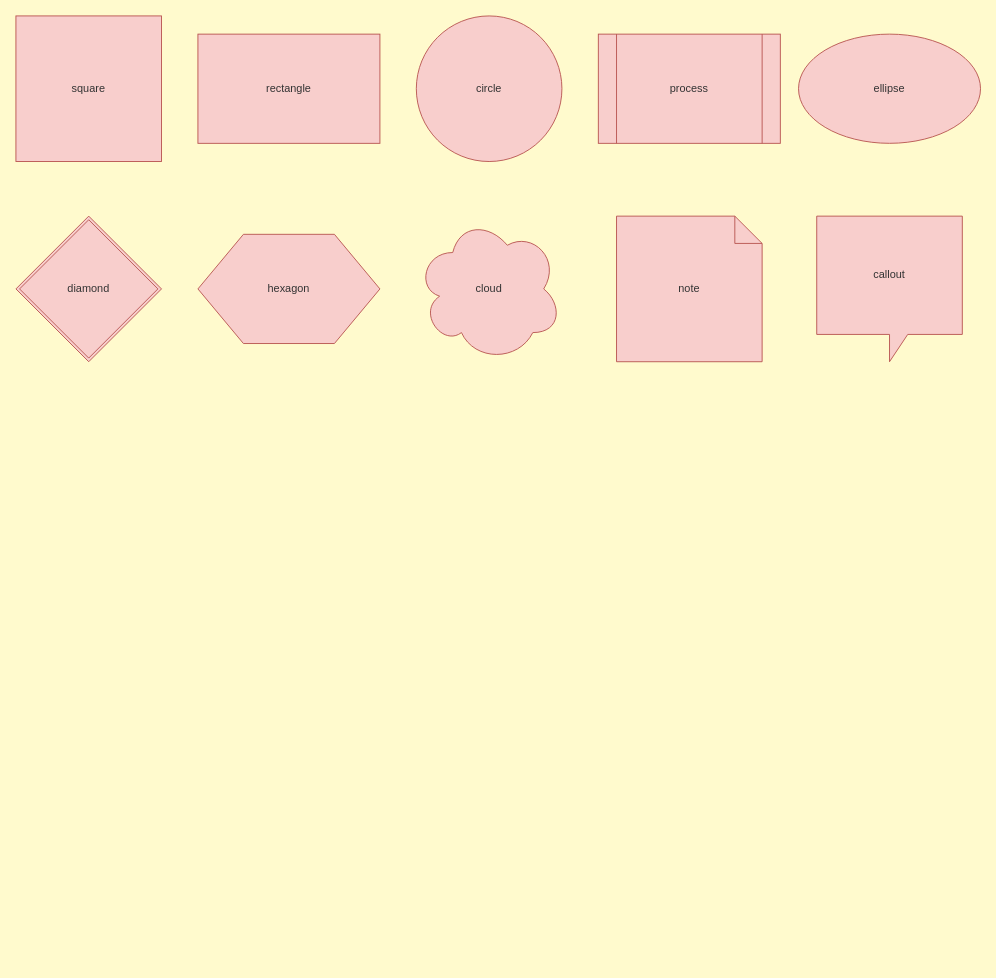
Above: spec/.samples/drawio/30-shapes.drawio in klueless-io/drawio_dsl (draw.io), before the change. Source tidied: cells renumbered, new cells numbered last; positions are measured from the earlier drawing's top-left corner, leaving out a move shared by most shapes. Both pictures are drawn from the tidied source at 91%, with x=0, y=0 at pixel (15, 15).
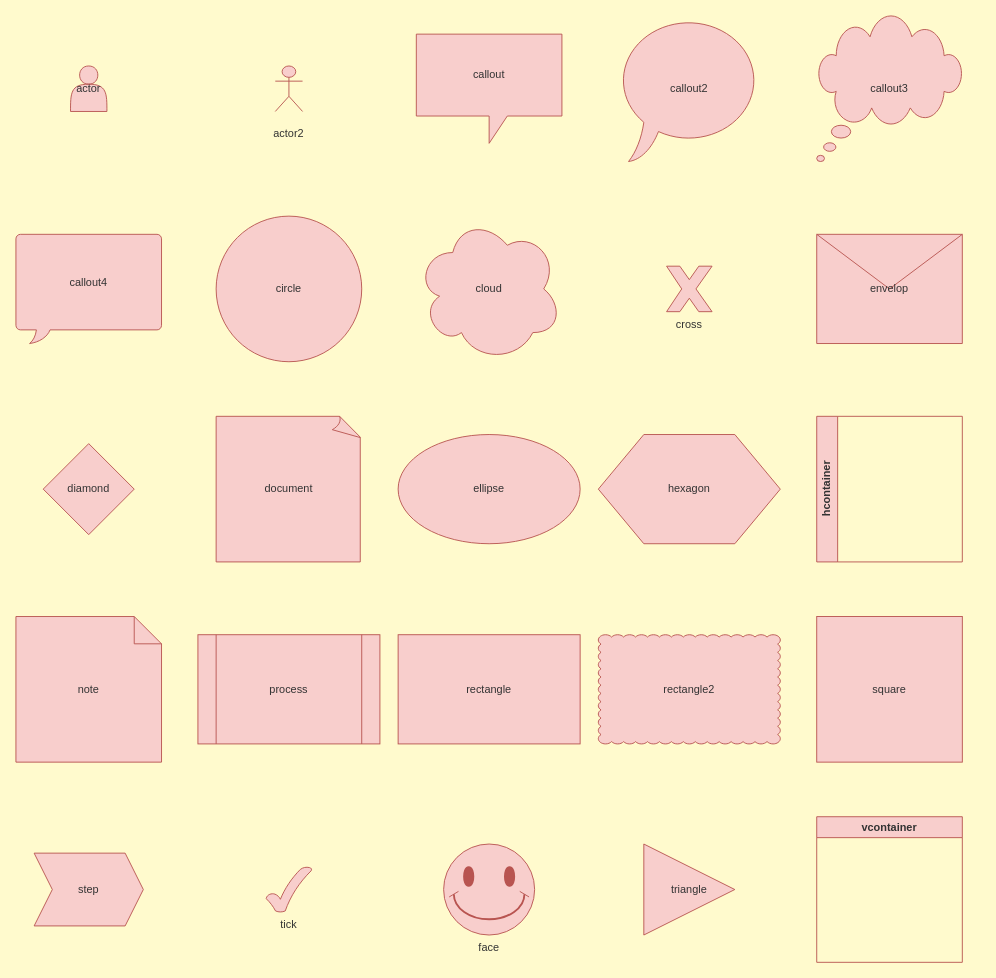
The same diagram, later.

The edit, as a diff of the source:
```diff
@@
-    <mxCell id="0" />
-    <mxCell id="1" parent="0" />
+    <mxCell id="12" />
+    <mxCell id="13" parent="12" />
+    <mxCell id="14" value="actor" style="shape=actor;whiteSpace=wrap;html=1;fillColor=#f8cecc;strokeColor=#b85450;fontColor=#333333;" parent="13" vertex="1">
+      <mxGeometry x="60" y="55" width="40" height="50" as="geometry" />
+    </mxCell>
+    <mxCell id="15" value="actor2" style="shape=umlActor;verticalLabelPosition=bottom;whiteSpace=wrap;html=1;fillColor=#f8cecc;strokeColor=#b85450;fontColor=#333333;" parent="13" vertex="1">
+      <mxGeometry x="285" y="55" width="30" height="50" as="geometry" />
+    </mxCell>
+    <mxCell id="11" value="callout" style="shape=callout;whiteSpace=wrap;html=1;fillColor=#f8cecc;strokeColor=#b85450;fontColor=#333333;" parent="13" vertex="1">
+      <mxGeometry x="440" y="20" width="160" height="120" as="geometry" />
+    </mxCell>
+    <mxCell id="16" value="callout2" style="shape=mxgraph.basic.oval_callout;whiteSpace=wrap;html=1;fillColor=#f8cecc;strokeColor=#b85450;fontColor=#333333;" parent="13" vertex="1">
+      <mxGeometry x="660" width="160" height="160" as="geometry" />
+    </mxCell>
+    <mxCell id="17" value="callout3" style="shape=mxgraph.basic.cloud_callout;whiteSpace=wrap;html=1;fillColor=#f8cecc;strokeColor=#b85450;fontColor=#333333;" parent="13" vertex="1">
+      <mxGeometry x="880" width="160" height="160" as="geometry" />
+    </mxCell>
+    <mxCell id="18" value="callout4" style="shape=mxgraph.basic.roundRectCallout;dx=30;dy=15;size=5;boundedLbl=1;whiteSpace=wrap;html=1;fillColor=#f8cecc;strokeColor=#b85450;fontColor=#333333;" parent="13" vertex="1">
+      <mxGeometry y="240" width="160" height="120" as="geometry" />
+    </mxCell>
+    <mxCell id="4" value="circle" style="ellipse;whiteSpace=wrap;html=1;fillColor=#f8cecc;strokeColor=#b85450;fontColor=#333333;" parent="13" vertex="1">
+      <mxGeometry x="220" y="220" width="160" height="160" as="geometry" />
+    </mxCell>
+    <mxCell id="9" value="cloud" style="shape=cloud;whiteSpace=wrap;html=1;fillColor=#f8cecc;strokeColor=#b85450;fontColor=#333333;" parent="13" vertex="1">
+      <mxGeometry x="440" y="220" width="160" height="160" as="geometry" />
+    </mxCell>
+    <mxCell id="19" value="cross" style="verticalLabelPosition=bottom;verticalAlign=top;html=1;shape=mxgraph.basic.x;whiteSpace=wrap;html=1;fillColor=#f8cecc;strokeColor=#b85450;fontColor=#333333;" parent="13" vertex="1">
+      <mxGeometry x="715" y="275" width="50" height="50" as="geometry" />
+    </mxCell>
+    <mxCell id="20" value="envelop" style="shape=message;whiteSpace=wrap;html=1;fillColor=#f8cecc;strokeColor=#b85450;fontColor=#333333;" parent="13" vertex="1">
+      <mxGeometry x="880" y="240" width="160" height="120" as="geometry" />
+    </mxCell>
+    <mxCell id="7" value="diamond" style="rhombus;whiteSpace=wrap;html=1;fillColor=#f8cecc;strokeColor=#b85450;fontColor=#333333;" parent="13" vertex="1">
+      <mxGeometry x="30" y="470" width="100" height="100" as="geometry" />
+    </mxCell>
+    <mxCell id="21" value="document" style="shape=mxgraph.basic.document;whiteSpace=wrap;html=1;fillColor=#f8cecc;strokeColor=#b85450;fontColor=#333333;" parent="13" vertex="1">
+      <mxGeometry x="220" y="440" width="160" height="160" as="geometry" />
+    </mxCell>
+    <mxCell id="6" value="ellipse" style="ellipse;whiteSpace=wrap;html=1;fillColor=#f8cecc;strokeColor=#b85450;fontColor=#333333;" parent="13" vertex="1">
+      <mxGeometry x="420" y="460" width="200" height="120" as="geometry" />
+    </mxCell>
+    <mxCell id="8" value="hexagon" style="shape=hexagon;whiteSpace=wrap;html=1;fillColor=#f8cecc;strokeColor=#b85450;fontColor=#333333;" parent="13" vertex="1">
+      <mxGeometry x="640" y="460" width="200" height="120" as="geometry" />
+    </mxCell>
+    <mxCell id="22" value="hcontainer" style="swimlane;horizontal=0;whiteSpace=wrap;html=1;fillColor=#f8cecc;strokeColor=#b85450;fontColor=#333333;" parent="13" vertex="1">
+      <mxGeometry x="880" y="440" width="160" height="160" as="geometry" />
+    </mxCell>
+    <mxCell id="10" value="note" style="shape=note;whiteSpace=wrap;html=1;fillColor=#f8cecc;strokeColor=#b85450;fontColor=#333333;" parent="13" vertex="1">
+      <mxGeometry y="660" width="160" height="160" as="geometry" />
+    </mxCell>
+    <mxCell id="5" value="process" style="shape=process;whiteSpace=wrap;html=1;fillColor=#f8cecc;strokeColor=#b85450;fontColor=#333333;" parent="13" vertex="1">
+      <mxGeometry x="200" y="680" width="200" height="120" as="geometry" />
+    </mxCell>
+    <mxCell id="3" value="rectangle" style="whiteSpace=wrap;html=1;fillColor=#f8cecc;strokeColor=#b85450;fontColor=#333333;" parent="13" vertex="1">
+      <mxGeometry x="420" y="680" width="200" height="120" as="geometry" />
+    </mxCell>
+    <mxCell id="23" value="rectangle2" style="shape=mxgraph.basic.cloud_rect;whiteSpace=wrap;html=1;fillColor=#f8cecc;strokeColor=#b85450;fontColor=#333333;" parent="13" vertex="1">
+      <mxGeometry x="640" y="680" width="200" height="120" as="geometry" />
+    </mxCell>
-    <mxCell id="2" value="square" style="whiteSpace=wrap;html=1;fillColor=#f8cecc;strokeColor=#b85450;fontColor=#333333;" parent="1" vertex="1">
-      <mxGeometry width="160" height="160" as="geometry" />
+    <mxCell id="2" value="square" style="whiteSpace=wrap;html=1;fillColor=#f8cecc;strokeColor=#b85450;fontColor=#333333;" parent="13" vertex="1">
+      <mxGeometry x="880" y="660" width="160" height="160" as="geometry" />
     </mxCell>
-    <mxCell id="3" value="rectangle" style="whiteSpace=wrap;html=1;fillColor=#f8cecc;strokeColor=#b85450;fontColor=#333333;" parent="1" vertex="1">
-      <mxGeometry x="200" y="20" width="200" height="120" as="geometry" />
-    </mxCell>
-    <mxCell id="4" value="circle" style="double=1;ellipse;whiteSpace=wrap;html=1;fillColor=#f8cecc;strokeColor=#b85450;fontColor=#333333;" parent="1" vertex="1">
-      <mxGeometry x="440" width="160" height="160" as="geometry" />
-    </mxCell>
-    <mxCell id="5" value="process" style="double=1;shape=process;whiteSpace=wrap;html=1;fillColor=#f8cecc;strokeColor=#b85450;fontColor=#333333;" parent="1" vertex="1">
-      <mxGeometry x="640" y="20" width="200" height="120" as="geometry" />
-    </mxCell>
-    <mxCell id="6" value="ellipse" style="double=1;ellipse;whiteSpace=wrap;html=1;fillColor=#f8cecc;strokeColor=#b85450;fontColor=#333333;" parent="1" vertex="1">
-      <mxGeometry x="860" y="20" width="200" height="120" as="geometry" />
-    </mxCell>
-    <mxCell id="7" value="diamond" style="double=1;rhombus;whiteSpace=wrap;html=1;fillColor=#f8cecc;strokeColor=#b85450;fontColor=#333333;" parent="1" vertex="1">
-      <mxGeometry y="220" width="160" height="160" as="geometry" />
-    </mxCell>
-    <mxCell id="8" value="hexagon" style="double=1;shape=hexagon;whiteSpace=wrap;html=1;fillColor=#f8cecc;strokeColor=#b85450;fontColor=#333333;" parent="1" vertex="1">
-      <mxGeometry x="200" y="240" width="200" height="120" as="geometry" />
-    </mxCell>
-    <mxCell id="9" value="cloud" style="double=1;shape=cloud;whiteSpace=wrap;html=1;fillColor=#f8cecc;strokeColor=#b85450;fontColor=#333333;" parent="1" vertex="1">
-      <mxGeometry x="440" y="220" width="160" height="160" as="geometry" />
-    </mxCell>
-    <mxCell id="10" value="note" style="double=1;shape=note;whiteSpace=wrap;html=1;fillColor=#f8cecc;strokeColor=#b85450;fontColor=#333333;" parent="1" vertex="1">
-      <mxGeometry x="660" y="220" width="160" height="160" as="geometry" />
-    </mxCell>
-    <mxCell id="11" value="callout" style="double=1;shape=callout;whiteSpace=wrap;html=1;fillColor=#f8cecc;strokeColor=#b85450;fontColor=#333333;" parent="1" vertex="1">
-      <mxGeometry x="880" y="220" width="160" height="160" as="geometry" />
-    </mxCell>
+    <mxCell id="24" value="step" style="shape=step;perimeter=stepPerimeter;fixedSize=1;whiteSpace=wrap;html=1;fillColor=#f8cecc;strokeColor=#b85450;fontColor=#333333;" parent="13" vertex="1">
+      <mxGeometry x="20" y="920" width="120" height="80" as="geometry" />
+    </mxCell>
+    <mxCell id="25" value="tick" style="verticalLabelPosition=bottom;verticalAlign=top;shape=mxgraph.basic.tick;whiteSpace=wrap;html=1;fillColor=#f8cecc;strokeColor=#b85450;fontColor=#333333;" parent="13" vertex="1">
+      <mxGeometry x="275" y="935" width="50" height="50" as="geometry" />
+    </mxCell>
+    <mxCell id="26" value="face" style="verticalLabelPosition=bottom;verticalAlign=top;shape=mxgraph.basic.smiley;whiteSpace=wrap;html=1;fillColor=#f8cecc;strokeColor=#b85450;fontColor=#333333;" parent="13" vertex="1">
+      <mxGeometry x="470" y="910" width="100" height="100" as="geometry" />
+    </mxCell>
+    <mxCell id="27" value="triangle" style="triangle;whiteSpace=wrap;html=1;fillColor=#f8cecc;strokeColor=#b85450;fontColor=#333333;" parent="13" vertex="1">
+      <mxGeometry x="690" y="910" width="100" height="100" as="geometry" />
+    </mxCell>
+    <mxCell id="28" value="vcontainer" style="swimlane;whiteSpace=wrap;html=1;fillColor=#f8cecc;strokeColor=#b85450;fontColor=#333333;" parent="13" vertex="1">
+      <mxGeometry x="880" y="880" width="160" height="160" as="geometry" />
+    </mxCell>
```
